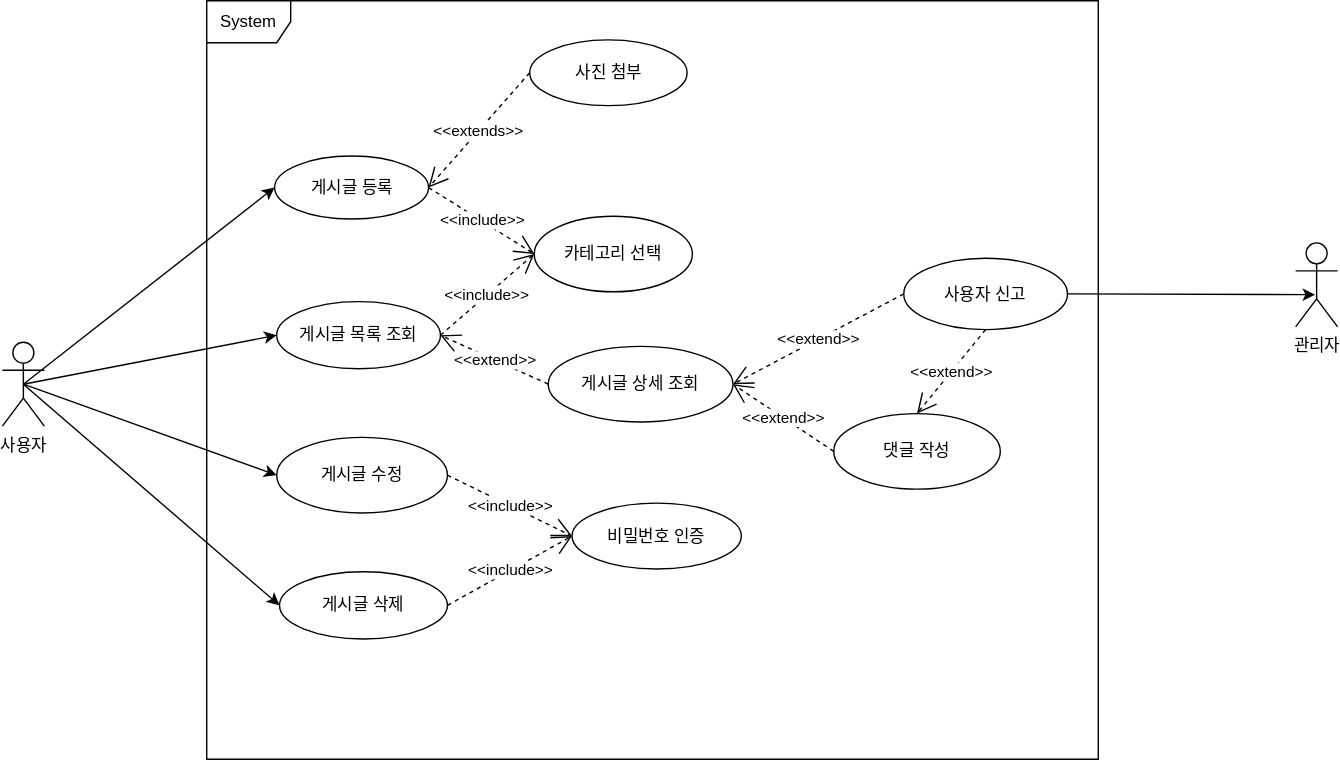
Earlier version of the draw.io export 2일차.2.svg (hueyjeong/uml-leanring). Source tidied: cells renumbered, new cells last; positions are measured from the earlier drawing's top-left corner, leaving out a move shared by most shapes.
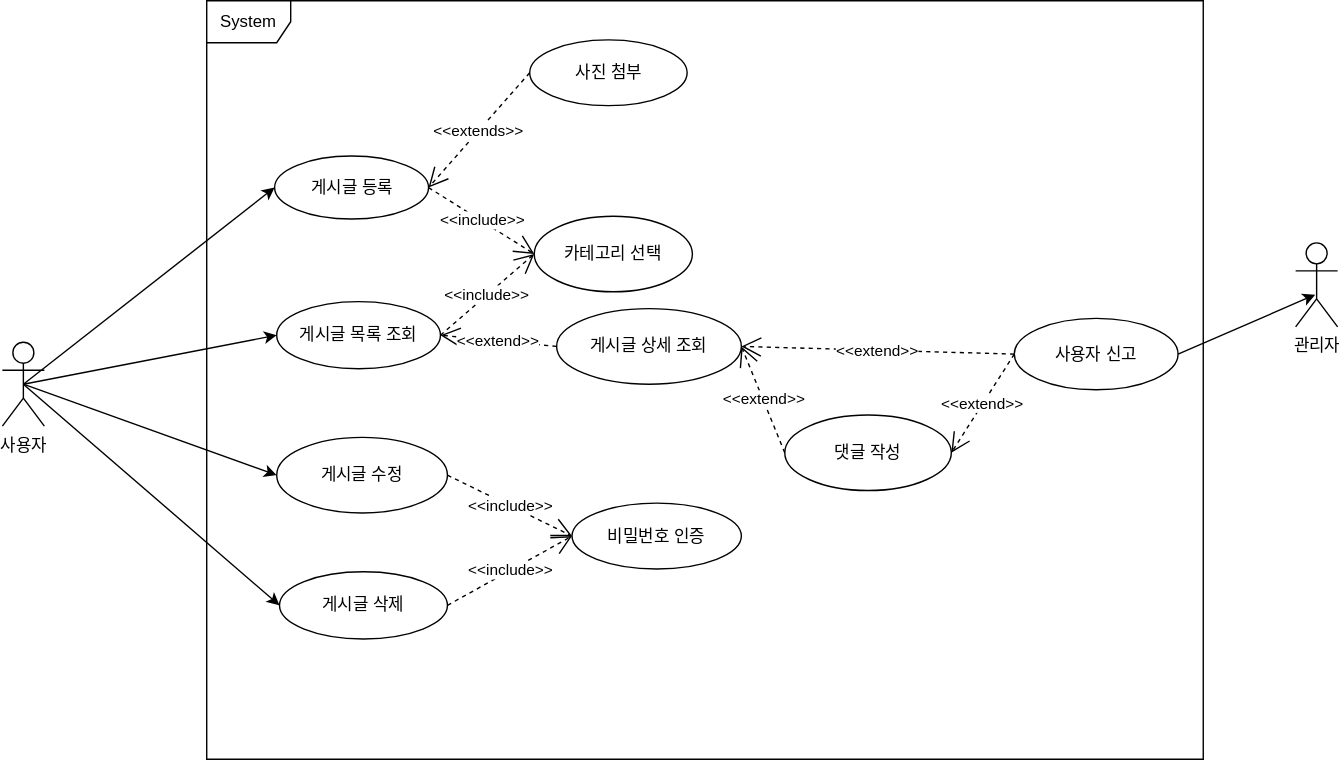
The same file after the commit.

Commit message:
2일차.2.svg 업데이트

The edit, as a diff of the source:
```diff
@@ -9,7 +9,7 @@
       <mxGeometry x="924" y="173" width="30" height="60" as="geometry" />
     </mxCell>
     <mxCell id="4" value="System" style="shape=umlFrame;whiteSpace=wrap;html=1;" parent="1" vertex="1">
-      <mxGeometry x="146" width="637" height="542" as="geometry" />
+      <mxGeometry x="146" width="712" height="542" as="geometry" />
     </mxCell>
     <mxCell id="5" value="게시글 등록" style="ellipse;whiteSpace=wrap;html=1;" parent="1" vertex="1">
       <mxGeometry x="194.5" y="111" width="110" height="45" as="geometry" />
@@ -21,13 +21,13 @@
       <mxGeometry x="196" y="215" width="117" height="48" as="geometry" />
     </mxCell>
     <mxCell id="8" value="게시글 상세 조회" style="ellipse;whiteSpace=wrap;html=1;" parent="1" vertex="1">
-      <mxGeometry x="390" y="247" width="132" height="54" as="geometry" />
+      <mxGeometry x="396" y="220" width="132" height="54" as="geometry" />
     </mxCell>
     <mxCell id="9" value="댓글 작성" style="ellipse;whiteSpace=wrap;html=1;" parent="1" vertex="1">
-      <mxGeometry x="594" y="295" width="119" height="54" as="geometry" />
+      <mxGeometry x="559" y="296" width="119" height="54" as="geometry" />
     </mxCell>
     <mxCell id="10" value="사용자 신고" style="ellipse;whiteSpace=wrap;html=1;" parent="1" vertex="1">
-      <mxGeometry x="644" y="184" width="117" height="51" as="geometry" />
+      <mxGeometry x="723" y="227" width="117" height="51" as="geometry" />
     </mxCell>
     <mxCell id="11" value="게시글 수정" style="ellipse;whiteSpace=wrap;html=1;" parent="1" vertex="1">
       <mxGeometry x="196" y="312" width="122" height="54" as="geometry" />
@@ -80,7 +80,7 @@
     <mxCell id="27" style="endArrow=classic;html=1;rounded=0;exitX=1;exitY=0.5;exitDx=0;exitDy=0;entryX=0.467;entryY=0.617;entryDx=0;entryDy=0;entryPerimeter=0;" parent="1" edge="1" source="10" target="3">
       <mxGeometry relative="1" as="geometry" />
     </mxCell>
-    <mxCell id="28" value="&amp;lt;&amp;lt;extend&amp;gt;&amp;gt;" style="endArrow=open;endSize=12;dashed=1;html=1;rounded=0;entryX=0.5;entryY=0;entryDx=0;entryDy=0;exitX=0.5;exitY=1;exitDx=0;exitDy=0;" parent="1" edge="1" source="10" target="9">
+    <mxCell id="28" value="&amp;lt;&amp;lt;extend&amp;gt;&amp;gt;" style="endArrow=open;endSize=12;dashed=1;html=1;rounded=0;entryX=1;entryY=0.5;entryDx=0;entryDy=0;exitX=0;exitY=0.5;exitDx=0;exitDy=0;" parent="1" edge="1" source="10" target="9">
       <mxGeometry relative="1" as="geometry" />
     </mxCell>
   </root>
```
